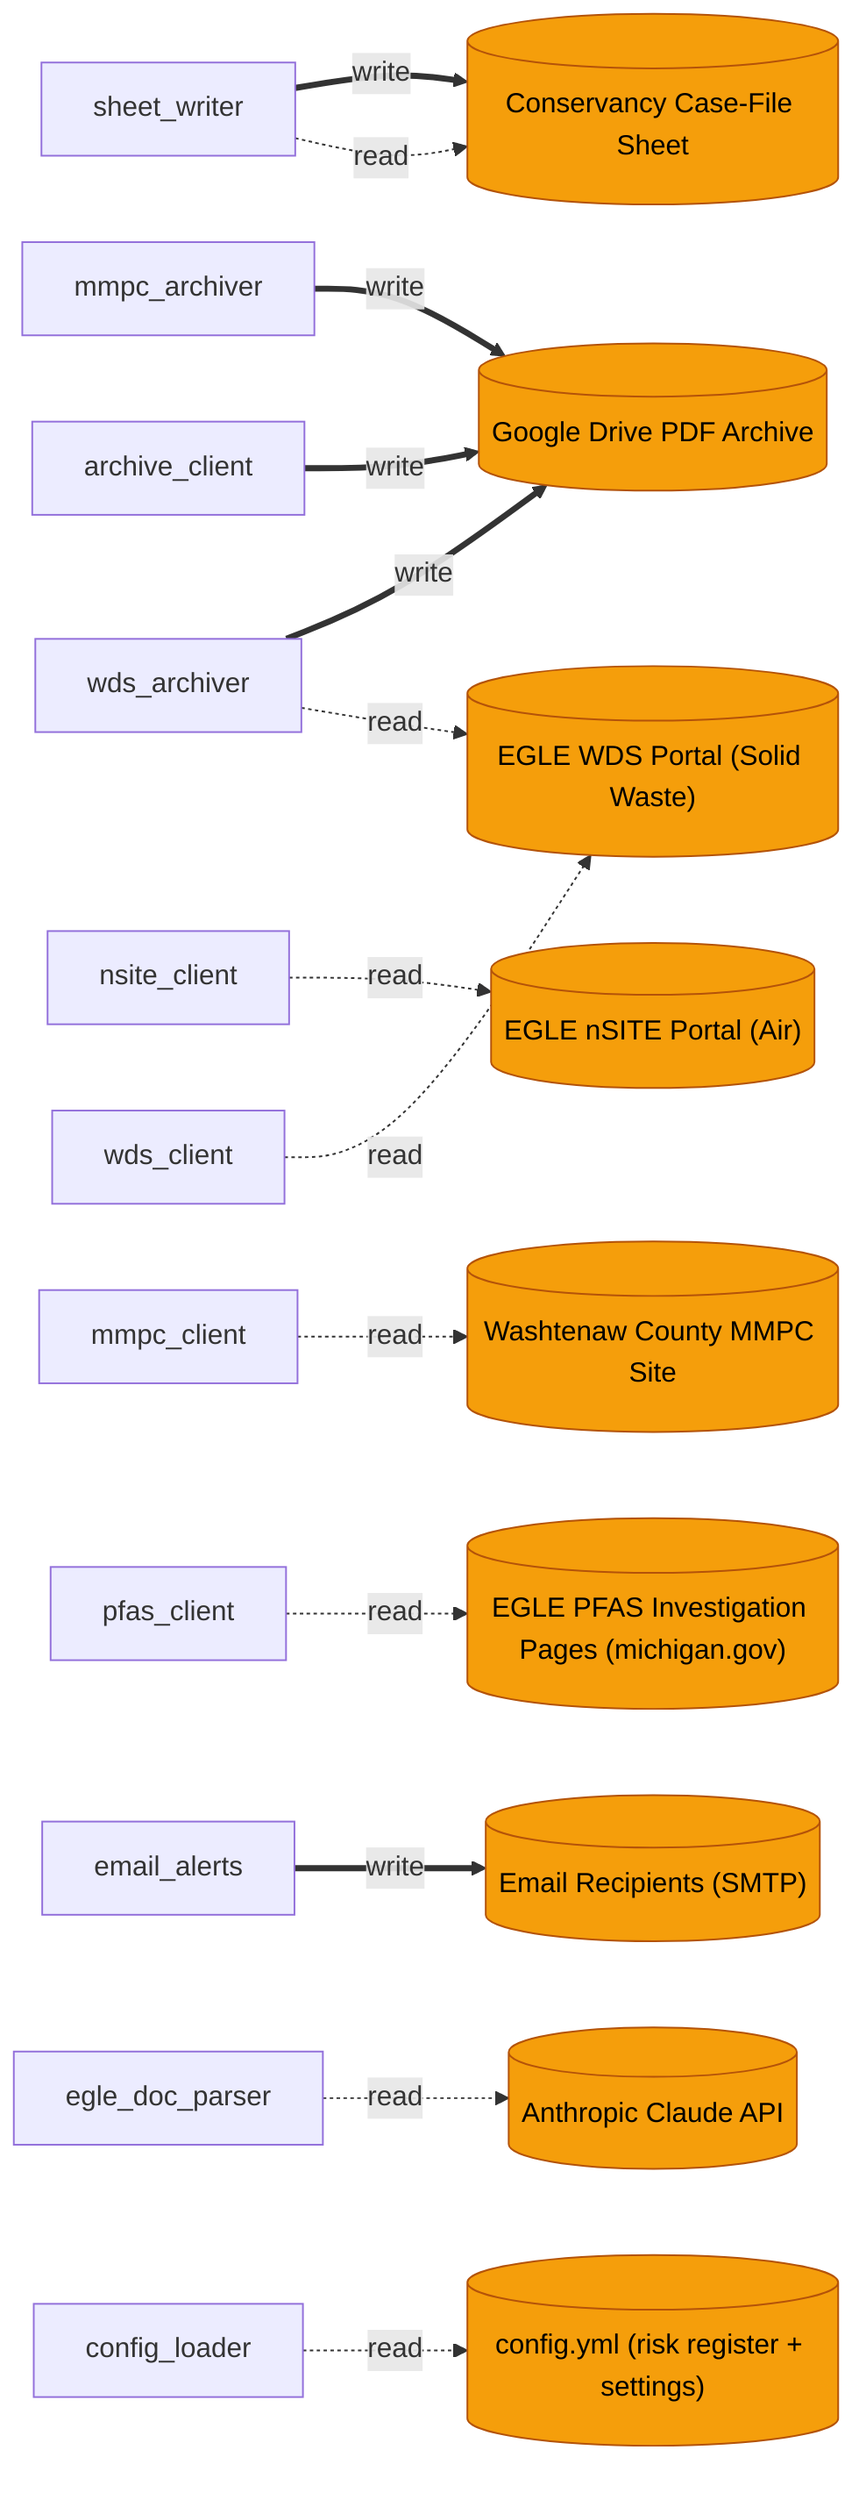
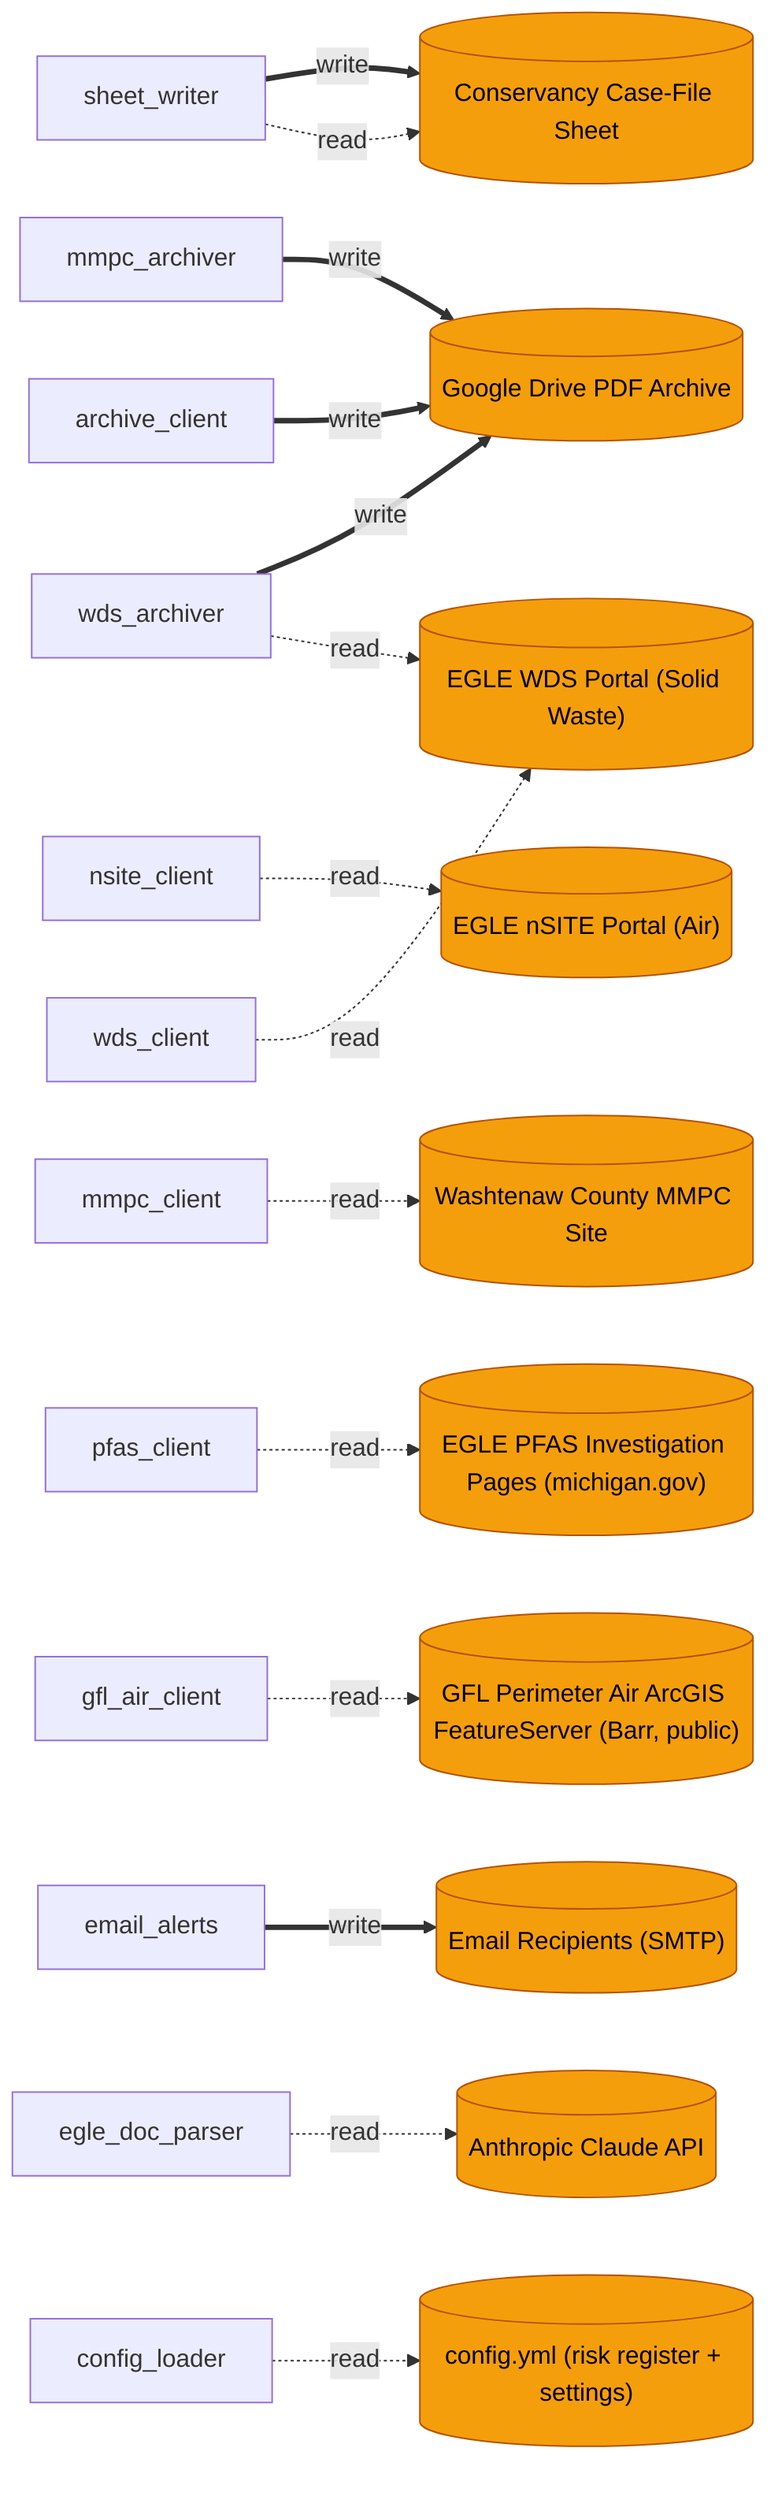
graph LR
  %% program -> data store lineage; dotted = read, bold = write
  ds_conservancy_sheet[("Conservancy Case-File Sheet")]
  ds_drive_archive[("Google Drive PDF Archive")]
  ds_nsite[("EGLE nSITE Portal (Air)")]
  ds_wds[("EGLE WDS Portal (Solid Waste)")]
  ds_mmpc[("Washtenaw County MMPC Site")]
  ds_pfas[("EGLE PFAS Investigation Pages (michigan.gov)")]
+   ds_gfl_air[("GFL Perimeter Air ArcGIS FeatureServer (Barr, public)")]
  ds_smtp[("Email Recipients (SMTP)")]
  ds_anthropic[("Anthropic Claude API")]
  ds_config[("config.yml (risk register + settings)")]
  sheet_writer["sheet_writer"]
  sheet_writer -. read .-> ds_conservancy_sheet
  sheet_writer ==>|write| ds_conservancy_sheet
  archive_client["archive_client"]
  archive_client ==>|write| ds_drive_archive
  nsite_client["nsite_client"]
  nsite_client -. read .-> ds_nsite
  wds_client["wds_client"]
  wds_client -. read .-> ds_wds
  mmpc_client["mmpc_client"]
  mmpc_client -. read .-> ds_mmpc
  pfas_client["pfas_client"]
  pfas_client -. read .-> ds_pfas
+   gfl_air_client["gfl_air_client"]
+   gfl_air_client -. read .-> ds_gfl_air
  email_alerts["email_alerts"]
  email_alerts ==>|write| ds_smtp
  egle_doc_parser["egle_doc_parser"]
  egle_doc_parser -. read .-> ds_anthropic
  config_loader["config_loader"]
  config_loader -. read .-> ds_config
  wds_archiver["wds_archiver"]
  wds_archiver -. read .-> ds_wds
  wds_archiver ==>|write| ds_drive_archive
  mmpc_archiver["mmpc_archiver"]
  mmpc_archiver ==>|write| ds_drive_archive
  style ds_conservancy_sheet fill:#f59e0b,color:#000,stroke:#b45309
  style ds_drive_archive fill:#f59e0b,color:#000,stroke:#b45309
  style ds_nsite fill:#f59e0b,color:#000,stroke:#b45309
  style ds_wds fill:#f59e0b,color:#000,stroke:#b45309
  style ds_mmpc fill:#f59e0b,color:#000,stroke:#b45309
  style ds_pfas fill:#f59e0b,color:#000,stroke:#b45309
+   style ds_gfl_air fill:#f59e0b,color:#000,stroke:#b45309
  style ds_smtp fill:#f59e0b,color:#000,stroke:#b45309
  style ds_anthropic fill:#f59e0b,color:#000,stroke:#b45309
  style ds_config fill:#f59e0b,color:#000,stroke:#b45309
